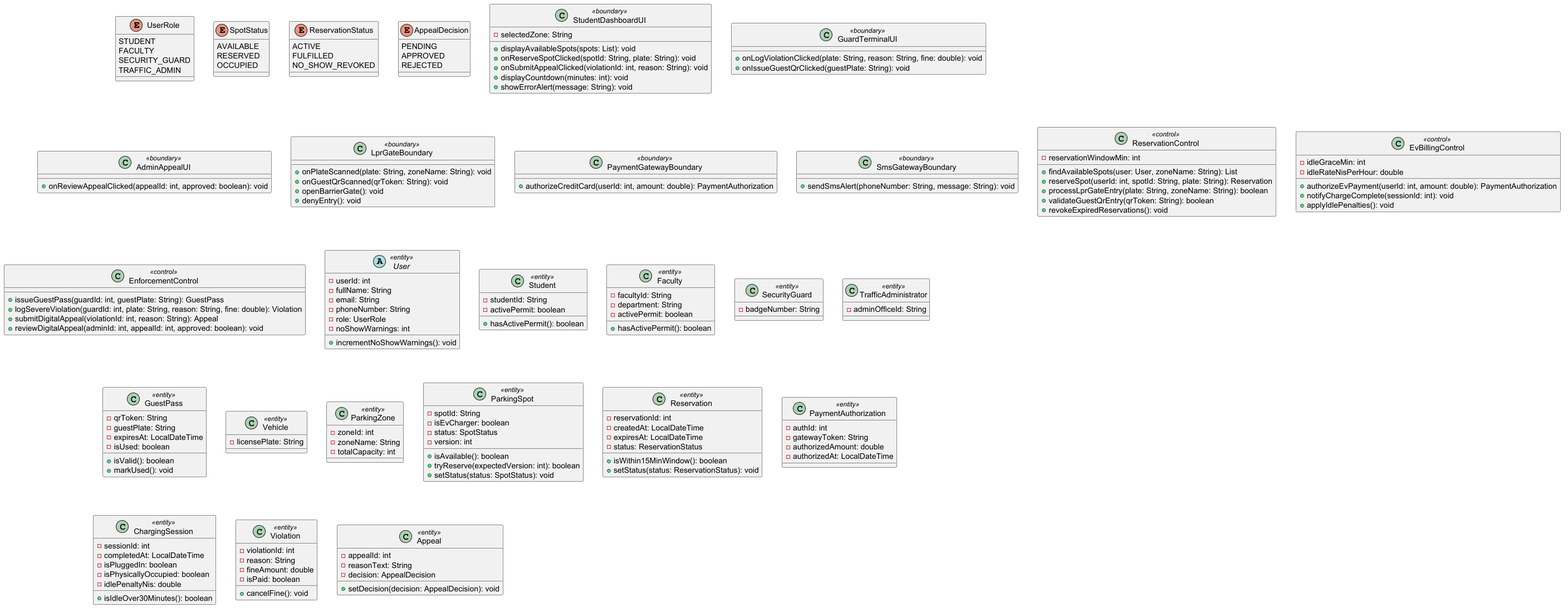
Earlier version of the PlantUML export diagrams/class_diagram_ecb.png (AmirKosover/Ex4_SmartParking_Design). Its diagram source:
```plantuml
@startuml
enum UserRole {
  STUDENT
  FACULTY
  SECURITY_GUARD
  TRAFFIC_ADMIN
}

enum SpotStatus {
  AVAILABLE
  RESERVED
  OCCUPIED
}

enum ReservationStatus {
  ACTIVE
  FULFILLED
  NO_SHOW_REVOKED
}

enum AppealDecision {
  PENDING
  APPROVED
  REJECTED
}

class StudentDashboardUI <<boundary>> {
  - selectedZone: String
  + displayAvailableSpots(spots: List): void
  + onReserveSpotClicked(spotId: String, plate: String): void
  + onSubmitAppealClicked(violationId: int, reason: String): void
  + displayCountdown(minutes: int): void
  + showErrorAlert(message: String): void
}

class GuardTerminalUI <<boundary>> {
  + onLogViolationClicked(plate: String, reason: String, fine: double): void
  + onIssueGuestQrClicked(guestPlate: String): void
}

class AdminAppealUI <<boundary>> {
  + onReviewAppealClicked(appealId: int, approved: boolean): void
}

class LprGateBoundary <<boundary>> {
  + onPlateScanned(plate: String, zoneName: String): void
  + onGuestQrScanned(qrToken: String): void
  + openBarrierGate(): void
  + denyEntry(): void
}

class PaymentGatewayBoundary <<boundary>> {
  + authorizeCreditCard(userId: int, amount: double): PaymentAuthorization
}

class SmsGatewayBoundary <<boundary>> {
  + sendSmsAlert(phoneNumber: String, message: String): void
}

class ReservationControl <<control>> {
  - reservationWindowMin: int
  + findAvailableSpots(user: User, zoneName: String): List
  + reserveSpot(userId: int, spotId: String, plate: String): Reservation
  + processLprGateEntry(plate: String, zoneName: String): boolean
  + validateGuestQrEntry(qrToken: String): boolean
  + revokeExpiredReservations(): void
}

class EvBillingControl <<control>> {
  - idleGraceMin: int
  - idleRateNisPerHour: double
  + authorizeEvPayment(userId: int, amount: double): PaymentAuthorization
  + notifyChargeComplete(sessionId: int): void
  + applyIdlePenalties(): void
}

class EnforcementControl <<control>> {
  + issueGuestPass(guardId: int, guestPlate: String): GuestPass
  + logSevereViolation(guardId: int, plate: String, reason: String, fine: double): Violation
  + submitDigitalAppeal(violationId: int, reason: String): Appeal
  + reviewDigitalAppeal(adminId: int, appealId: int, approved: boolean): void
}

abstract class User <<entity>> {
  - userId: int
  - fullName: String
  - email: String
  - phoneNumber: String
  - role: UserRole
  - noShowWarnings: int
  + incrementNoShowWarnings(): void
}

class Student <<entity>> {
  - studentId: String
  - activePermit: boolean
  + hasActivePermit(): boolean
}

class Faculty <<entity>> {
  - facultyId: String
  - department: String
  - activePermit: boolean
  + hasActivePermit(): boolean
}

class SecurityGuard <<entity>> {
  - badgeNumber: String
}

class TrafficAdministrator <<entity>> {
  - adminOfficeId: String
}

class GuestPass <<entity>> {
  - qrToken: String
  - guestPlate: String
  - expiresAt: LocalDateTime
  - isUsed: boolean
  + isValid(): boolean
  + markUsed(): void
}

class Vehicle <<entity>> {
  - licensePlate: String
}

class ParkingZone <<entity>> {
  - zoneId: int
  - zoneName: String
  - totalCapacity: int
}

class ParkingSpot <<entity>> {
  - spotId: String
  - isEvCharger: boolean
  - status: SpotStatus
  - version: int
  + isAvailable(): boolean
  + tryReserve(expectedVersion: int): boolean
  + setStatus(status: SpotStatus): void
}

class Reservation <<entity>> {
  - reservationId: int
  - createdAt: LocalDateTime
  - expiresAt: LocalDateTime
  - status: ReservationStatus
  + isWithin15MinWindow(): boolean
  + setStatus(status: ReservationStatus): void
}

class PaymentAuthorization <<entity>> {
  - authId: int
  - gatewayToken: String
  - authorizedAmount: double
  - authorizedAt: LocalDateTime
}

class ChargingSession <<entity>> {
  - sessionId: int
  - completedAt: LocalDateTime
  - isPluggedIn: boolean
  - isPhysicallyOccupied: boolean
  - idlePenaltyNis: double
  + isIdleOver30Minutes(): boolean
}

class Violation <<entity>> {
  - violationId: int
  - reason: String
  - fineAmount: double
  - isPaid: boolean
  + cancelFine(): void
}

class Appeal <<entity>> {
  - appealId: int
  - reasonText: String
  - decision: AppealDecision
  + setDecision(decision: AppealDecision): void
}
@enduml
```
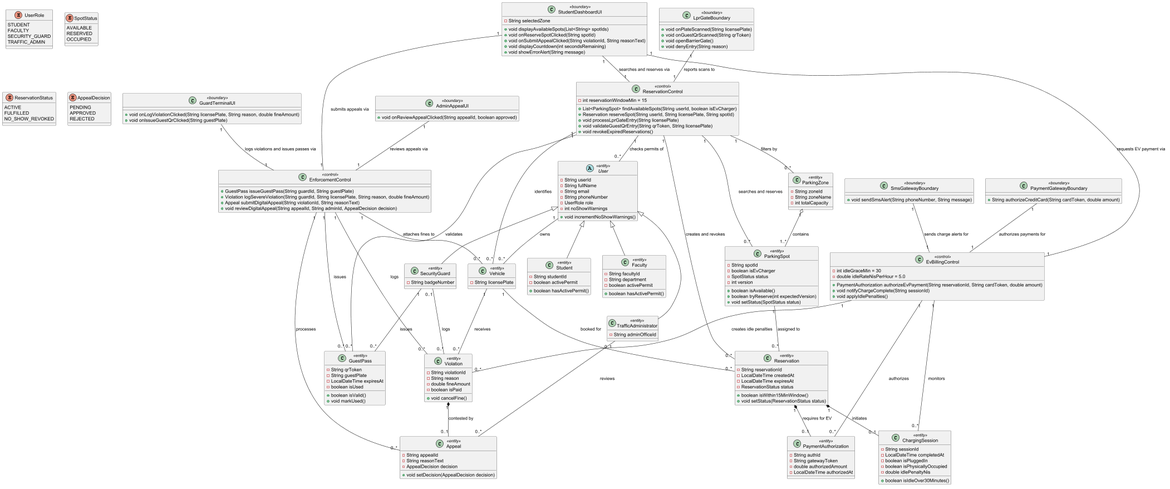
Later version of the same file.

Change to the diagram source:
```diff
@@ -1,4 +1,5 @@
 @startuml
+
 enum UserRole {
   STUDENT
   FACULTY
@@ -25,159 +26,204 @@
 }
 
 class StudentDashboardUI <<boundary>> {
-  - selectedZone: String
-  + displayAvailableSpots(spots: List): void
-  + onReserveSpotClicked(spotId: String, plate: String): void
-  + onSubmitAppealClicked(violationId: int, reason: String): void
-  + displayCountdown(minutes: int): void
-  + showErrorAlert(message: String): void
+  - String selectedZone
+  + void displayAvailableSpots(List<String> spotIds)
+  + void onReserveSpotClicked(String spotId)
+  + void onSubmitAppealClicked(String violationId, String reasonText)
+  + void displayCountdown(int secondsRemaining)
+  + void showErrorAlert(String message)
 }
 
 class GuardTerminalUI <<boundary>> {
-  + onLogViolationClicked(plate: String, reason: String, fine: double): void
-  + onIssueGuestQrClicked(guestPlate: String): void
+  + void onLogViolationClicked(String licensePlate, String reason, double fineAmount)
+  + void onIssueGuestQrClicked(String guestPlate)
 }
 
 class AdminAppealUI <<boundary>> {
-  + onReviewAppealClicked(appealId: int, approved: boolean): void
+  + void onReviewAppealClicked(String appealId, boolean approved)
 }
 
 class LprGateBoundary <<boundary>> {
-  + onPlateScanned(plate: String, zoneName: String): void
-  + onGuestQrScanned(qrToken: String): void
-  + openBarrierGate(): void
-  + denyEntry(): void
+  + void onPlateScanned(String licensePlate)
+  + void onGuestQrScanned(String qrToken)
+  + void openBarrierGate()
+  + void denyEntry(String reason)
 }
 
 class PaymentGatewayBoundary <<boundary>> {
-  + authorizeCreditCard(userId: int, amount: double): PaymentAuthorization
+  + String authorizeCreditCard(String cardToken, double amount)
 }
 
 class SmsGatewayBoundary <<boundary>> {
-  + sendSmsAlert(phoneNumber: String, message: String): void
+  + void sendSmsAlert(String phoneNumber, String message)
 }
 
 class ReservationControl <<control>> {
-  - reservationWindowMin: int
-  + findAvailableSpots(user: User, zoneName: String): List
-  + reserveSpot(userId: int, spotId: String, plate: String): Reservation
-  + processLprGateEntry(plate: String, zoneName: String): boolean
-  + validateGuestQrEntry(qrToken: String): boolean
-  + revokeExpiredReservations(): void
+  - int reservationWindowMin = 15
+  + List<ParkingSpot> findAvailableSpots(String userId, boolean isEvCharger)
+  + Reservation reserveSpot(String userId, String licensePlate, String spotId)
+  + void processLprGateEntry(String licensePlate)
+  + void validateGuestQrEntry(String qrToken, String licensePlate)
+  + void revokeExpiredReservations()
 }
 
 class EvBillingControl <<control>> {
-  - idleGraceMin: int
-  - idleRateNisPerHour: double
-  + authorizeEvPayment(userId: int, amount: double): PaymentAuthorization
-  + notifyChargeComplete(sessionId: int): void
-  + applyIdlePenalties(): void
+  - int idleGraceMin = 30
+  - double idleRateNisPerHour = 5.0
+  + PaymentAuthorization authorizeEvPayment(String reservationId, String cardToken, double amount)
+  + void notifyChargeComplete(String sessionId)
+  + void applyIdlePenalties()
 }
 
 class EnforcementControl <<control>> {
-  + issueGuestPass(guardId: int, guestPlate: String): GuestPass
-  + logSevereViolation(guardId: int, plate: String, reason: String, fine: double): Violation
-  + submitDigitalAppeal(violationId: int, reason: String): Appeal
-  + reviewDigitalAppeal(adminId: int, appealId: int, approved: boolean): void
+  + GuestPass issueGuestPass(String guardId, String guestPlate)
+  + Violation logSevereViolation(String guardId, String licensePlate, String reason, double fineAmount)
+  + Appeal submitDigitalAppeal(String violationId, String reasonText)
+  + void reviewDigitalAppeal(String appealId, String adminId, AppealDecision decision)
 }
 
 abstract class User <<entity>> {
-  - userId: int
-  - fullName: String
-  - email: String
-  - phoneNumber: String
-  - role: UserRole
-  - noShowWarnings: int
-  + incrementNoShowWarnings(): void
+  - String userId
+  - String fullName
+  - String email
+  - String phoneNumber
+  - UserRole role
+  - int noShowWarnings
+  + void incrementNoShowWarnings()
 }
 
 class Student <<entity>> {
-  - studentId: String
-  - activePermit: boolean
-  + hasActivePermit(): boolean
+  - String studentId
+  - boolean activePermit
+  + boolean hasActivePermit()
 }
 
 class Faculty <<entity>> {
-  - facultyId: String
-  - department: String
-  - activePermit: boolean
-  + hasActivePermit(): boolean
+  - String facultyId
+  - String department
+  - boolean activePermit
+  + boolean hasActivePermit()
 }
 
 class SecurityGuard <<entity>> {
-  - badgeNumber: String
+  - String badgeNumber
 }
 
 class TrafficAdministrator <<entity>> {
-  - adminOfficeId: String
+  - String adminOfficeId
 }
 
 class GuestPass <<entity>> {
-  - qrToken: String
-  - guestPlate: String
-  - expiresAt: LocalDateTime
-  - isUsed: boolean
-  + isValid(): boolean
-  + markUsed(): void
+  - String qrToken
+  - String guestPlate
+  - LocalDateTime expiresAt
+  - boolean isUsed
+  + boolean isValid()
+  + void markUsed()
 }
 
 class Vehicle <<entity>> {
-  - licensePlate: String
+  - String licensePlate
 }
 
 class ParkingZone <<entity>> {
-  - zoneId: int
-  - zoneName: String
-  - totalCapacity: int
+  - String zoneId
+  - String zoneName
+  - int totalCapacity
 }
 
 class ParkingSpot <<entity>> {
-  - spotId: String
-  - isEvCharger: boolean
-  - status: SpotStatus
-  - version: int
-  + isAvailable(): boolean
-  + tryReserve(expectedVersion: int): boolean
-  + setStatus(status: SpotStatus): void
+  - String spotId
+  - boolean isEvCharger
+  - SpotStatus status
+  - int version
+  + boolean isAvailable()
+  + boolean tryReserve(int expectedVersion)
+  + void setStatus(SpotStatus status)
 }
 
 class Reservation <<entity>> {
-  - reservationId: int
-  - createdAt: LocalDateTime
-  - expiresAt: LocalDateTime
-  - status: ReservationStatus
-  + isWithin15MinWindow(): boolean
-  + setStatus(status: ReservationStatus): void
+  - String reservationId
+  - LocalDateTime createdAt
+  - LocalDateTime expiresAt
+  - ReservationStatus status
+  + boolean isWithin15MinWindow()
+  + void setStatus(ReservationStatus status)
 }
 
 class PaymentAuthorization <<entity>> {
-  - authId: int
-  - gatewayToken: String
-  - authorizedAmount: double
-  - authorizedAt: LocalDateTime
+  - String authId
+  - String gatewayToken
+  - double authorizedAmount
+  - LocalDateTime authorizedAt
 }
 
 class ChargingSession <<entity>> {
-  - sessionId: int
-  - completedAt: LocalDateTime
-  - isPluggedIn: boolean
-  - isPhysicallyOccupied: boolean
-  - idlePenaltyNis: double
-  + isIdleOver30Minutes(): boolean
+  - String sessionId
+  - LocalDateTime completedAt
+  - boolean isPluggedIn
+  - boolean isPhysicallyOccupied
+  - double idlePenaltyNis
+  + boolean isIdleOver30Minutes()
 }
 
 class Violation <<entity>> {
-  - violationId: int
-  - reason: String
-  - fineAmount: double
-  - isPaid: boolean
-  + cancelFine(): void
+  - String violationId
+  - String reason
+  - double fineAmount
+  - boolean isPaid
+  + void cancelFine()
 }
 
 class Appeal <<entity>> {
-  - appealId: int
-  - reasonText: String
-  - decision: AppealDecision
-  + setDecision(decision: AppealDecision): void
+  - String appealId
+  - String reasonText
+  - AppealDecision decision
+  + void setDecision(AppealDecision decision)
 }
+
+User <|-- Student
+User <|-- Faculty
+User <|-- SecurityGuard
+User <|-- TrafficAdministrator
+
+ParkingZone "1" o-- "1..*" ParkingSpot : contains
+
+Reservation "1" *-- "0..1" PaymentAuthorization : requires for EV
+Reservation "1" *-- "0..1" ChargingSession : initiates
+Violation "1" *-- "0..1" Appeal : contested by
+
+User "1" -- "0..*" Vehicle : owns
+Vehicle "1" -- "0..*" Reservation : booked for
+ParkingSpot "1" -- "0..*" Reservation : assigned to
+Vehicle "1" -- "0..*" Violation : receives
+SecurityGuard "0..1" -- "0..*" Violation : logs
+SecurityGuard "1" -- "0..*" GuestPass : issues
+TrafficAdministrator "0..1" -- "0..*" Appeal : reviews
+
+StudentDashboardUI "1" -- "1" ReservationControl : searches and reserves via
+StudentDashboardUI "1" -- "1" EvBillingControl : requests EV payment via
+StudentDashboardUI "1" -- "1" EnforcementControl : submits appeals via
+GuardTerminalUI "1" -- "1" EnforcementControl : logs violations and issues passes via
+AdminAppealUI "1" -- "1" EnforcementControl : reviews appeals via
+LprGateBoundary "1" -- "1" ReservationControl : reports scans to
+PaymentGatewayBoundary "1" -- "1" EvBillingControl : authorizes payments for
+SmsGatewayBoundary "1" -- "1" EvBillingControl : sends charge alerts for
+
+ReservationControl "1" -- "0..*" User : checks permits of
+ReservationControl "1" -- "0..*" Vehicle : identifies
+ReservationControl "1" -- "0..*" ParkingZone : filters by
+ReservationControl "1" -- "0..*" ParkingSpot : searches and reserves
+ReservationControl "1" -- "0..*" Reservation : creates and revokes
+ReservationControl "1" -- "0..*" GuestPass : validates
+
+EvBillingControl "1" -- "0..*" PaymentAuthorization : authorizes
+EvBillingControl "1" -- "0..*" ChargingSession : monitors
+EvBillingControl "1" -- "0..*" Violation : creates idle penalties
+
+EnforcementControl "1" -- "0..*" Vehicle : attaches fines to
+EnforcementControl "1" -- "0..*" GuestPass : issues
+EnforcementControl "1" -- "0..*" Violation : logs
+EnforcementControl "1" -- "0..*" Appeal : processes
+
 @enduml
```
